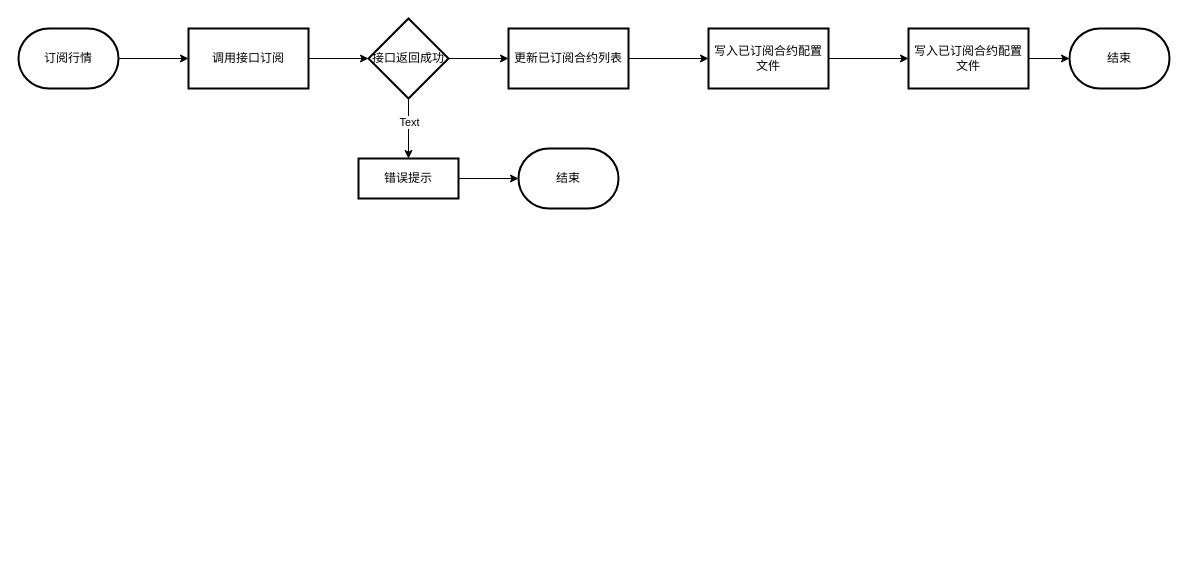
githubLogger/ProjectDocument keeps this draw.io diagram as Untitled Diagram.drawio. Above is the earlier version. Source tidied: cells renumbered, new cells numbered last; positions are measured from the earlier drawing's top-left corner, leaving out a move shared by most shapes. Both pictures are drawn from the tidied source at 100%, with x=0, y=0 at pixel (18, 18).
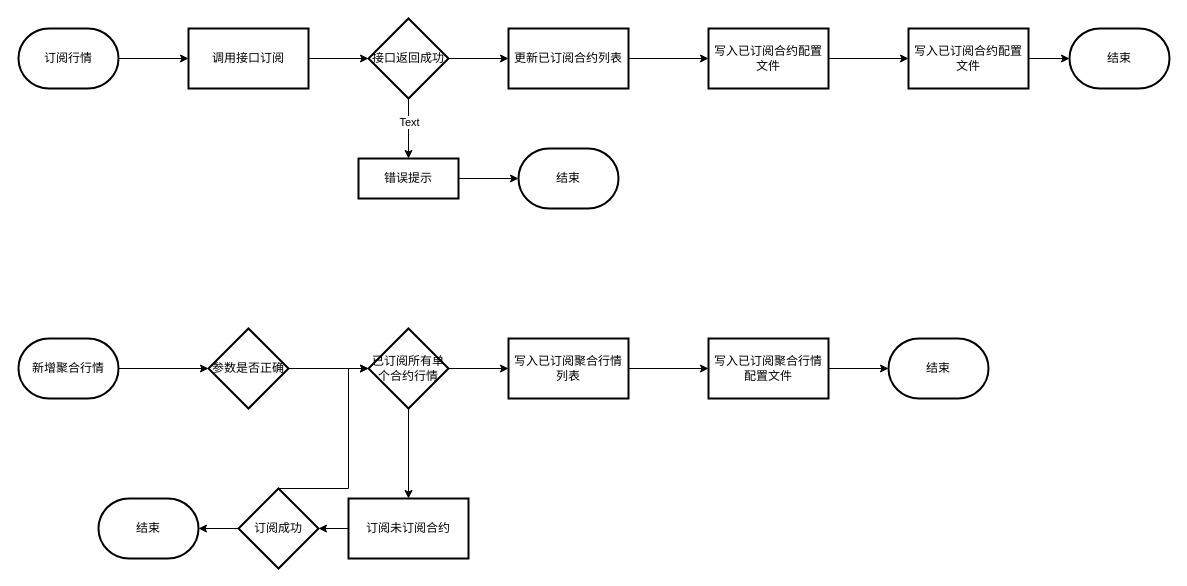
After the change.

Commit message:
新增聚合行情流程图

Change to the diagram source:
```diff
@@
+    <mxCell id="20" style="edgeStyle=orthogonalEdgeStyle;rounded=0;jettySize=auto;html=1;" parent="1" edge="1" source="21" target="23">
+      <mxGeometry relative="1" as="geometry" />
+    </mxCell>
+    <mxCell id="21" value="新增聚合行情" style="strokeWidth=2;html=1;shape=mxgraph.flowchart.terminator;whiteSpace=wrap;" parent="1" vertex="1">
+      <mxGeometry y="320" width="100" height="60" as="geometry" />
+    </mxCell>
+    <mxCell id="22" style="edgeStyle=orthogonalEdgeStyle;rounded=0;jettySize=auto;html=1;" parent="1" edge="1" source="23" target="26">
+      <mxGeometry relative="1" as="geometry" />
+    </mxCell>
+    <mxCell id="23" value="参数是否正确" style="rhombus;whiteSpace=wrap;html=1;strokeWidth=2;" parent="1" vertex="1">
+      <mxGeometry x="190" y="310" width="80" height="80" as="geometry" />
+    </mxCell>
+    <mxCell id="24" style="edgeStyle=orthogonalEdgeStyle;rounded=0;jettySize=auto;html=1;" parent="1" edge="1" source="26" target="28">
+      <mxGeometry relative="1" as="geometry" />
+    </mxCell>
+    <mxCell id="25" style="edgeStyle=orthogonalEdgeStyle;rounded=0;jettySize=auto;html=1;" parent="1" edge="1" source="26" target="34">
+      <mxGeometry relative="1" as="geometry" />
+    </mxCell>
+    <mxCell id="26" value="已订阅所有单个合约行情" style="rhombus;whiteSpace=wrap;html=1;strokeWidth=2;" parent="1" vertex="1">
+      <mxGeometry x="350" y="310" width="80" height="80" as="geometry" />
+    </mxCell>
+    <mxCell id="27" style="edgeStyle=orthogonalEdgeStyle;rounded=0;jettySize=auto;html=1;" parent="1" edge="1" source="28" target="31">
+      <mxGeometry relative="1" as="geometry" />
+    </mxCell>
+    <mxCell id="28" value="订阅未订阅合约" style="whiteSpace=wrap;html=1;strokeWidth=2;" parent="1" vertex="1">
+      <mxGeometry x="330" y="480" width="120" height="60" as="geometry" />
+    </mxCell>
+    <mxCell id="29" style="edgeStyle=orthogonalEdgeStyle;rounded=0;jettySize=auto;html=1;entryX=0;entryY=0.5;entryDx=0;entryDy=0;exitX=0.5;exitY=0;exitDx=0;exitDy=0;" parent="1" edge="1" source="31" target="26">
+      <mxGeometry relative="1" as="geometry">
+        <Array as="points">
+          <mxPoint x="330" y="470" />
+          <mxPoint x="330" y="350" />
+        </Array>
+      </mxGeometry>
+    </mxCell>
+    <mxCell id="30" style="edgeStyle=orthogonalEdgeStyle;rounded=0;jettySize=auto;html=1;entryX=1;entryY=0.5;entryDx=0;entryDy=0;entryPerimeter=0;" parent="1" edge="1" source="31" target="32">
+      <mxGeometry relative="1" as="geometry" />
+    </mxCell>
+    <mxCell id="31" value="订阅成功" style="rhombus;whiteSpace=wrap;html=1;strokeWidth=2;" parent="1" vertex="1">
+      <mxGeometry x="220" y="470" width="80" height="80" as="geometry" />
+    </mxCell>
+    <mxCell id="32" value="结束" style="strokeWidth=2;html=1;shape=mxgraph.flowchart.terminator;whiteSpace=wrap;" parent="1" vertex="1">
+      <mxGeometry x="80" y="480" width="100" height="60" as="geometry" />
+    </mxCell>
+    <mxCell id="33" style="edgeStyle=orthogonalEdgeStyle;rounded=0;jettySize=auto;html=1;" parent="1" edge="1" source="34" target="36">
+      <mxGeometry relative="1" as="geometry" />
+    </mxCell>
+    <mxCell id="34" value="写入已订阅聚合行情列表" style="whiteSpace=wrap;html=1;strokeWidth=2;" parent="1" vertex="1">
+      <mxGeometry x="490" y="320" width="120" height="60" as="geometry" />
+    </mxCell>
+    <mxCell id="35" style="edgeStyle=orthogonalEdgeStyle;rounded=0;jettySize=auto;html=1;" parent="1" edge="1" source="36" target="37">
+      <mxGeometry relative="1" as="geometry" />
+    </mxCell>
+    <mxCell id="36" value="写入已订阅聚合行情配置文件" style="whiteSpace=wrap;html=1;strokeWidth=2;" parent="1" vertex="1">
+      <mxGeometry x="690" y="320" width="120" height="60" as="geometry" />
+    </mxCell>
+    <mxCell id="37" value="结束" style="strokeWidth=2;html=1;shape=mxgraph.flowchart.terminator;whiteSpace=wrap;" parent="1" vertex="1">
+      <mxGeometry x="870" y="320" width="100" height="60" as="geometry" />
+    </mxCell>
```
